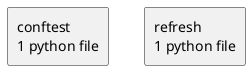
Before: docs/diagrams/python-packages.puml.png, a diagram exported from PlantUML (casonk/zillow-public-data).
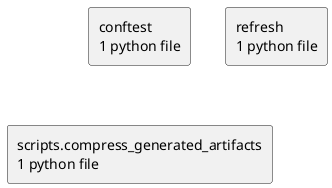
After the commit.

What changed in the source:
```diff
@@ -4,4 +4,5 @@
 skinparam componentStyle rectangle
 rectangle "conftest\n1 python file" as conftest
 rectangle "refresh\n1 python file" as refresh
+rectangle "scripts.compress_generated_artifacts\n1 python file" as scripts.compress_generated_artifacts
 @enduml
```
